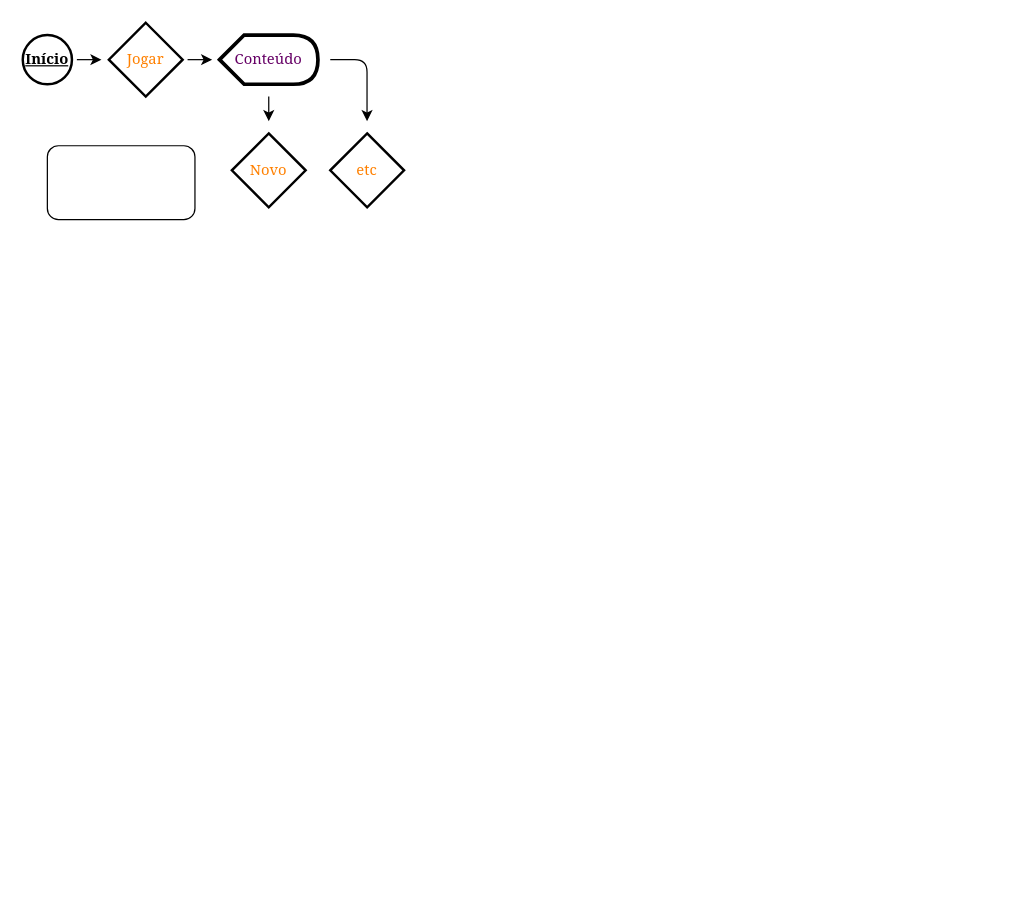
Above: teste.drawio in ErosBenkert/LOPR (draw.io), before the change. Source tidied: cells renumbered, new cells numbered last; positions are measured from the earlier drawing's top-left corner, leaving out a move shared by most shapes. Both pictures are drawn from the tidied source at 123%, with x=0, y=0 at pixel (22, 22).
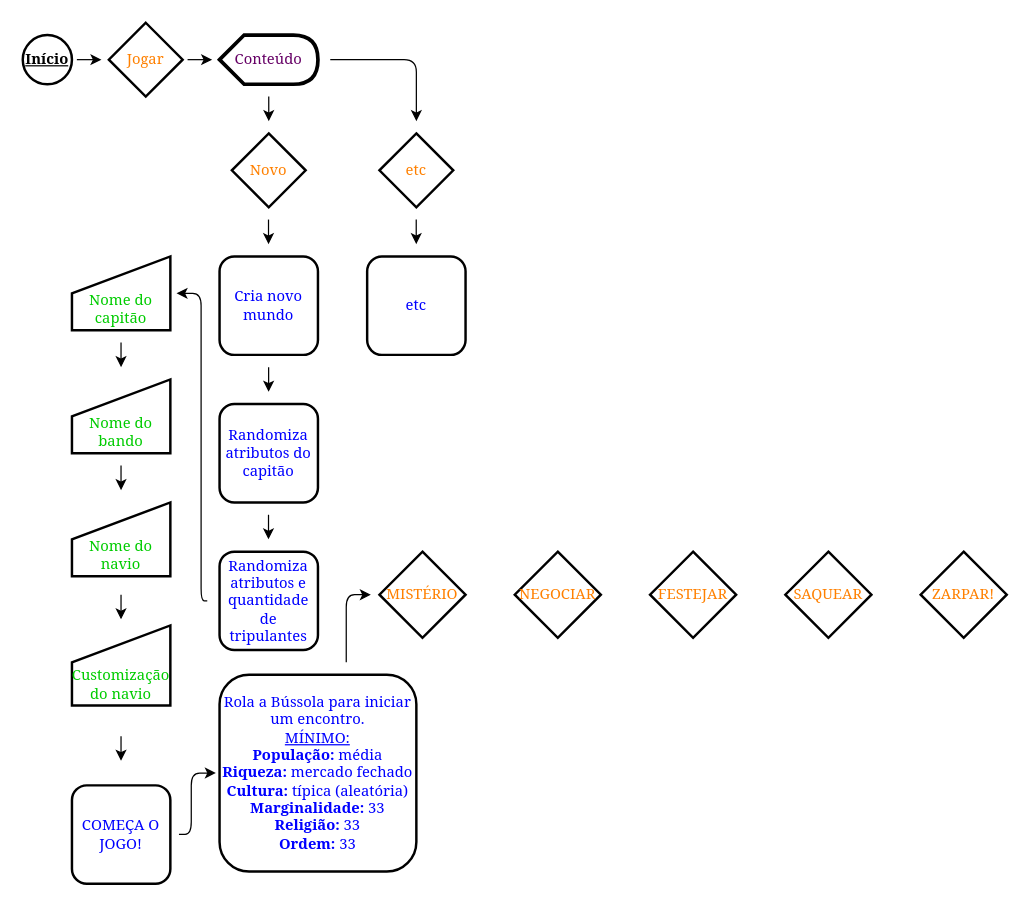
The same diagram, later.

The edit, as a diff of the source:
```diff
@@
     <mxCell id="8" value="etc" style="rhombus;whiteSpace=wrap;html=1;fontFamily=Georgia;strokeColor=#000000;strokeWidth=2;fontColor=#FF8000;" parent="1" vertex="1">
-      <mxGeometry x="250" y="90" width="60" height="60" as="geometry" />
+      <mxGeometry x="290" y="90" width="60" height="60" as="geometry" />
     </mxCell>
@@
     <mxCell id="10" style="edgeStyle=orthogonalEdgeStyle;orthogonalLoop=1;jettySize=auto;html=1;rounded=1;" parent="1" edge="1">
       <mxGeometry relative="1" as="geometry">
         <mxPoint x="250" y="30" as="sourcePoint" />
-        <mxPoint x="279.9" y="80" as="targetPoint" />
+        <mxPoint x="320" y="80" as="targetPoint" />
         <Array as="points">
-          <mxPoint x="280" y="30" />
+          <mxPoint x="320" y="30" />
         </Array>
       </mxGeometry>
     </mxCell>
-    <mxCell id="11" style="rounded=1;whiteSpace=wrap;html=1;" parent="1" vertex="1">
-      <mxGeometry x="20" y="100" width="120" height="60" as="geometry" />
+    <mxCell id="11" value="&lt;font color=&quot;#0000ff&quot; face=&quot;Georgia&quot;&gt;Cria novo mundo&lt;br&gt;&lt;/font&gt;" style="rounded=1;whiteSpace=wrap;html=1;strokeColor=#000000;strokeWidth=2;" parent="1" vertex="1">
+      <mxGeometry x="160" y="190" width="80" height="80" as="geometry" />
     </mxCell>
+    <mxCell id="12" value="&lt;font color=&quot;#0000ff&quot; face=&quot;Georgia&quot;&gt;etc&lt;/font&gt;" style="rounded=1;whiteSpace=wrap;html=1;strokeColor=#000000;strokeWidth=2;" parent="1" vertex="1">
+      <mxGeometry x="280" y="190" width="80" height="80" as="geometry" />
+    </mxCell>
+    <mxCell id="13" value="Nome do capitão" style="shape=manualInput;whiteSpace=wrap;html=1;strokeWidth=2;fontFamily=Georgia;fontColor=#00CC00;verticalAlign=bottom;labelPosition=center;verticalLabelPosition=middle;align=center;" parent="1" vertex="1">
+      <mxGeometry x="40" y="190" width="80" height="60" as="geometry" />
+    </mxCell>
+    <mxCell id="14" value="Nome do bando" style="shape=manualInput;whiteSpace=wrap;html=1;strokeWidth=2;fontFamily=Georgia;fontColor=#00CC00;verticalAlign=bottom;" parent="1" vertex="1">
+      <mxGeometry x="40" y="290" width="80" height="60" as="geometry" />
+    </mxCell>
+    <mxCell id="15" value="Nome do navio" style="shape=manualInput;whiteSpace=wrap;html=1;strokeWidth=2;fontFamily=Georgia;fontColor=#00CC00;verticalAlign=bottom;" parent="1" vertex="1">
+      <mxGeometry x="40" y="390" width="80" height="60" as="geometry" />
+    </mxCell>
+    <mxCell id="16" value="&lt;font color=&quot;#0000ff&quot; face=&quot;Georgia&quot;&gt;Randomiza atributos do capitão&lt;br&gt;&lt;/font&gt;" style="rounded=1;whiteSpace=wrap;html=1;strokeColor=#000000;strokeWidth=2;" parent="1" vertex="1">
+      <mxGeometry x="160" y="310" width="80" height="80" as="geometry" />
+    </mxCell>
+    <mxCell id="17" style="edgeStyle=orthogonalEdgeStyle;rounded=1;orthogonalLoop=1;jettySize=auto;html=1;entryX=1;entryY=0.5;entryDx=0;entryDy=0;" parent="1" edge="1">
+      <mxGeometry relative="1" as="geometry">
+        <mxPoint x="150" y="470" as="sourcePoint" />
+        <mxPoint x="125" y="220" as="targetPoint" />
+        <Array as="points">
+          <mxPoint x="145" y="470" />
+          <mxPoint x="145" y="220" />
+        </Array>
+      </mxGeometry>
+    </mxCell>
+    <mxCell id="18" value="&lt;font color=&quot;#0000ff&quot; face=&quot;Georgia&quot;&gt;Randomiza atributos e quantidade de tripulantes&lt;br&gt;&lt;/font&gt;" style="rounded=1;whiteSpace=wrap;html=1;strokeColor=#000000;strokeWidth=2;" parent="1" vertex="1">
+      <mxGeometry x="160" y="430" width="80" height="80" as="geometry" />
+    </mxCell>
+    <mxCell id="19" style="edgeStyle=orthogonalEdgeStyle;orthogonalLoop=1;jettySize=auto;html=1;rounded=1;" parent="1" edge="1">
+      <mxGeometry relative="1" as="geometry">
+        <mxPoint x="199.9" y="280" as="sourcePoint" />
+        <mxPoint x="199.9" y="300" as="targetPoint" />
+        <Array as="points">
+          <mxPoint x="199.9" y="290" />
+          <mxPoint x="199.9" y="290" />
+        </Array>
+      </mxGeometry>
+    </mxCell>
+    <mxCell id="20" style="edgeStyle=orthogonalEdgeStyle;orthogonalLoop=1;jettySize=auto;html=1;rounded=1;" parent="1" edge="1">
+      <mxGeometry relative="1" as="geometry">
+        <mxPoint x="199.8" y="160" as="sourcePoint" />
+        <mxPoint x="199.8" y="180" as="targetPoint" />
+        <Array as="points">
+          <mxPoint x="199.8" y="170" />
+          <mxPoint x="199.8" y="170" />
+        </Array>
+      </mxGeometry>
+    </mxCell>
+    <mxCell id="21" style="edgeStyle=orthogonalEdgeStyle;orthogonalLoop=1;jettySize=auto;html=1;rounded=1;" parent="1" edge="1">
+      <mxGeometry relative="1" as="geometry">
+        <mxPoint x="319.9" y="160" as="sourcePoint" />
+        <mxPoint x="319.9" y="180" as="targetPoint" />
+        <Array as="points">
+          <mxPoint x="319.9" y="170" />
+          <mxPoint x="319.9" y="170" />
+        </Array>
+      </mxGeometry>
+    </mxCell>
+    <mxCell id="22" style="edgeStyle=orthogonalEdgeStyle;orthogonalLoop=1;jettySize=auto;html=1;rounded=1;" parent="1" edge="1">
+      <mxGeometry relative="1" as="geometry">
+        <mxPoint x="79.9" y="260" as="sourcePoint" />
+        <mxPoint x="79.9" y="280" as="targetPoint" />
+        <Array as="points">
+          <mxPoint x="79.9" y="270" />
+          <mxPoint x="79.9" y="270" />
+        </Array>
+      </mxGeometry>
+    </mxCell>
+    <mxCell id="23" style="edgeStyle=orthogonalEdgeStyle;orthogonalLoop=1;jettySize=auto;html=1;rounded=1;" parent="1" edge="1">
+      <mxGeometry relative="1" as="geometry">
+        <mxPoint x="79.9" y="360" as="sourcePoint" />
+        <mxPoint x="79.9" y="380" as="targetPoint" />
+        <Array as="points">
+          <mxPoint x="79.9" y="370" />
+          <mxPoint x="79.9" y="370" />
+        </Array>
+      </mxGeometry>
+    </mxCell>
+    <mxCell id="24" style="edgeStyle=orthogonalEdgeStyle;orthogonalLoop=1;jettySize=auto;html=1;rounded=1;" parent="1" edge="1">
+      <mxGeometry relative="1" as="geometry">
+        <mxPoint x="199.8" y="400" as="sourcePoint" />
+        <mxPoint x="199.8" y="420" as="targetPoint" />
+        <Array as="points">
+          <mxPoint x="199.8" y="410" />
+          <mxPoint x="199.8" y="410" />
+        </Array>
+      </mxGeometry>
+    </mxCell>
+    <mxCell id="25" value="Customização do navio" style="shape=manualInput;whiteSpace=wrap;html=1;strokeWidth=2;fontFamily=Georgia;fontColor=#00CC00;verticalAlign=bottom;" parent="1" vertex="1">
+      <mxGeometry x="40" y="490" width="80" height="65" as="geometry" />
+    </mxCell>
+    <mxCell id="26" style="edgeStyle=orthogonalEdgeStyle;orthogonalLoop=1;jettySize=auto;html=1;rounded=1;" parent="1" edge="1">
+      <mxGeometry relative="1" as="geometry">
+        <mxPoint x="79.9" y="465" as="sourcePoint" />
+        <mxPoint x="79.9" y="485" as="targetPoint" />
+        <Array as="points">
+          <mxPoint x="79.9" y="475" />
+          <mxPoint x="79.9" y="475" />
+        </Array>
+      </mxGeometry>
+    </mxCell>
+    <mxCell id="27" style="edgeStyle=orthogonalEdgeStyle;orthogonalLoop=1;jettySize=auto;html=1;rounded=1;" parent="1" edge="1">
+      <mxGeometry relative="1" as="geometry">
+        <mxPoint x="79.9" y="580" as="sourcePoint" />
+        <mxPoint x="79.9" y="600" as="targetPoint" />
+        <Array as="points">
+          <mxPoint x="79.9" y="590" />
+          <mxPoint x="79.9" y="590" />
+        </Array>
+      </mxGeometry>
+    </mxCell>
+    <mxCell id="28" value="&lt;font color=&quot;#0000ff&quot; face=&quot;Georgia&quot;&gt;COMEÇA O JOGO!&lt;br&gt;&lt;/font&gt;" style="rounded=1;whiteSpace=wrap;html=1;strokeColor=#000000;strokeWidth=2;" parent="1" vertex="1">
+      <mxGeometry x="40" y="620" width="80" height="80" as="geometry" />
+    </mxCell>
+    <mxCell id="29" style="edgeStyle=orthogonalEdgeStyle;rounded=1;orthogonalLoop=1;jettySize=auto;html=1;entryX=0;entryY=0.429;entryDx=0;entryDy=0;entryPerimeter=0;" parent="1" edge="1">
+      <mxGeometry relative="1" as="geometry">
+        <mxPoint x="263" y="520" as="sourcePoint" />
+        <mxPoint x="283" y="465" as="targetPoint" />
+        <Array as="points">
+          <mxPoint x="263" y="465" />
+        </Array>
+      </mxGeometry>
+    </mxCell>
+    <mxCell id="30" value="&lt;div&gt;&lt;font color=&quot;#0000ff&quot; face=&quot;Georgia&quot;&gt;Rola a Bússola para iniciar um encontro.&lt;/font&gt;&lt;/div&gt;&lt;div&gt;&lt;font color=&quot;#0000ff&quot; face=&quot;Georgia&quot;&gt;&lt;u&gt;MÍNIMO:&lt;/u&gt;&lt;/font&gt;&lt;/div&gt;&lt;div&gt;&lt;font color=&quot;#0000ff&quot; face=&quot;Georgia&quot;&gt;&lt;b&gt;População:&lt;/b&gt; média&lt;/font&gt;&lt;/div&gt;&lt;div&gt;&lt;font color=&quot;#0000ff&quot; face=&quot;Georgia&quot;&gt;&lt;b&gt;Riqueza:&lt;/b&gt; mercado fechado&lt;/font&gt;&lt;/div&gt;&lt;div&gt;&lt;font color=&quot;#0000ff&quot; face=&quot;Georgia&quot;&gt;&lt;b&gt;Cultura:&lt;/b&gt; típica (aleatória)&lt;br&gt;&lt;/font&gt;&lt;/div&gt;&lt;div&gt;&lt;font color=&quot;#0000ff&quot; face=&quot;Georgia&quot;&gt;&lt;b&gt;Marginalidade:&lt;/b&gt; 33&lt;/font&gt;&lt;/div&gt;&lt;div&gt;&lt;font color=&quot;#0000ff&quot; face=&quot;Georgia&quot;&gt;&lt;b&gt;Religião:&lt;/b&gt; 33&lt;/font&gt;&lt;/div&gt;&lt;div&gt;&lt;font color=&quot;#0000ff&quot; face=&quot;Georgia&quot;&gt;&lt;b&gt;Ordem:&lt;/b&gt; 33&lt;br&gt;&lt;/font&gt;&lt;/div&gt;" style="rounded=1;whiteSpace=wrap;html=1;strokeColor=#000000;strokeWidth=2;align=center;" parent="1" vertex="1">
+      <mxGeometry x="160" y="530" width="160" height="160" as="geometry" />
+    </mxCell>
+    <mxCell id="31" style="edgeStyle=orthogonalEdgeStyle;orthogonalLoop=1;jettySize=auto;html=1;rounded=1;entryX=0;entryY=0.5;entryDx=0;entryDy=0;" parent="1" edge="1">
+      <mxGeometry relative="1" as="geometry">
+        <mxPoint x="127" y="659.8" as="sourcePoint" />
+        <mxPoint x="157" y="610" as="targetPoint" />
+        <Array as="points">
+          <mxPoint x="137" y="660" />
+          <mxPoint x="137" y="610" />
+        </Array>
+      </mxGeometry>
+    </mxCell>
+    <mxCell id="32" value="MISTÉRIO" style="rhombus;whiteSpace=wrap;html=1;fontFamily=Georgia;strokeColor=#000000;strokeWidth=2;fontColor=#FF8000;" parent="1" vertex="1">
+      <mxGeometry x="290" y="430" width="70" height="70" as="geometry" />
+    </mxCell>
+    <mxCell id="33" value="SAQUEAR" style="rhombus;whiteSpace=wrap;html=1;fontFamily=Georgia;strokeColor=#000000;strokeWidth=2;fontColor=#FF8000;" parent="1" vertex="1">
+      <mxGeometry x="620" y="430" width="70" height="70" as="geometry" />
+    </mxCell>
+    <mxCell id="34" value="NEGOCIAR" style="rhombus;whiteSpace=wrap;html=1;fontFamily=Georgia;strokeColor=#000000;strokeWidth=2;fontColor=#FF8000;" parent="1" vertex="1">
+      <mxGeometry x="400" y="430" width="70" height="70" as="geometry" />
+    </mxCell>
+    <mxCell id="35" value="FESTEJAR" style="rhombus;whiteSpace=wrap;html=1;fontFamily=Georgia;strokeColor=#000000;strokeWidth=2;fontColor=#FF8000;" parent="1" vertex="1">
+      <mxGeometry x="510" y="430" width="70" height="70" as="geometry" />
+    </mxCell>
+    <mxCell id="36" value="ZARPAR!" style="rhombus;whiteSpace=wrap;html=1;fontFamily=Georgia;strokeColor=#000000;strokeWidth=2;fontColor=#FF8000;" parent="1" vertex="1">
+      <mxGeometry x="730" y="430" width="70" height="70" as="geometry" />
+    </mxCell>
```
